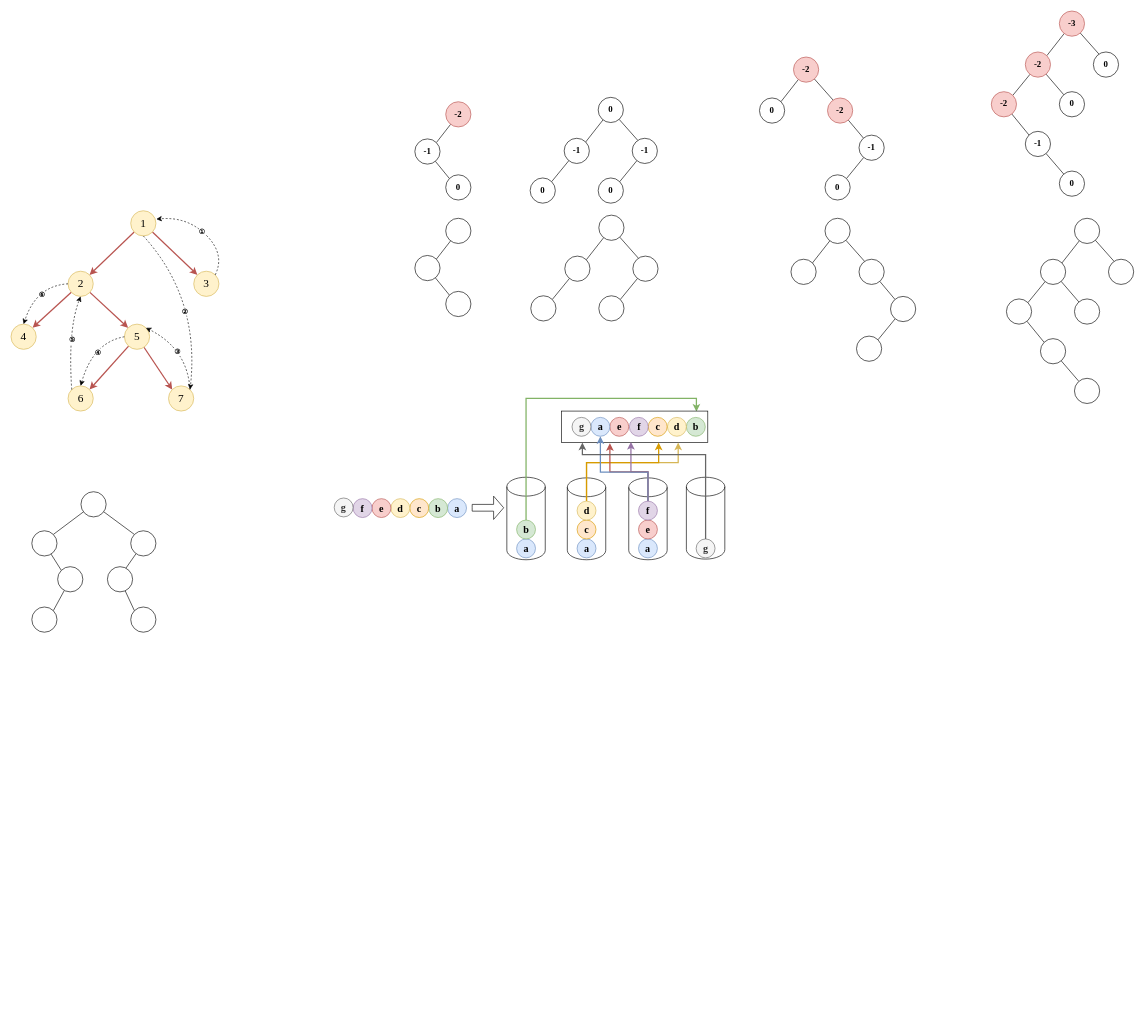
Earlier version of the draw.io diagram 408真题.drawio (GPlaying/brain_map). Source tidied: cells renumbered, new cells numbered last; positions are measured from the earlier drawing's top-left corner, leaving out a move shared by most shapes. Both pictures are drawn from the tidied source at 63%, with x=0, y=0 at pixel (11, 11).
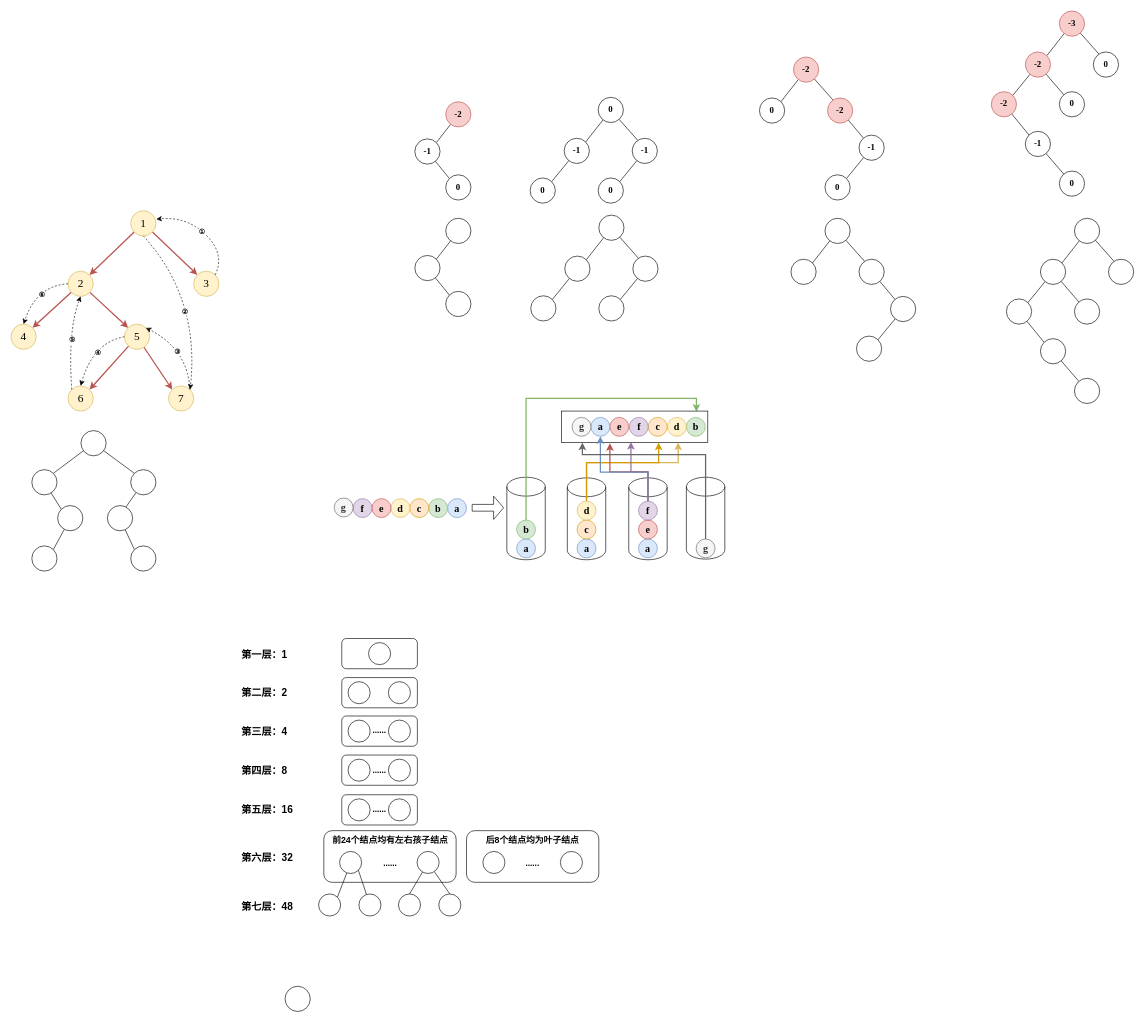
The same page after the edit.

Diff of the diagram source:
```diff
@@
+    <mxCell id="148" value="&lt;b&gt;&lt;font style=&quot;font-size: 14px;&quot; face=&quot;宋体&quot;&gt;后8个结点均为叶子结点&lt;/font&gt;&lt;/b&gt;" style="rounded=1;whiteSpace=wrap;html=1;fontFamily=Helvetica;fontSize=11;fontColor=default;arcSize=16;verticalAlign=top;" parent="1" vertex="1">
+      <mxGeometry x="723" y="1301" width="210" height="82" as="geometry" />
+    </mxCell>
+    <mxCell id="149" value="&lt;b&gt;&lt;font style=&quot;font-size: 14px;&quot; face=&quot;宋体&quot;&gt;前24个结点均有左右孩子结点&lt;/font&gt;&lt;/b&gt;" style="rounded=1;whiteSpace=wrap;html=1;fontFamily=Helvetica;fontSize=11;fontColor=default;arcSize=16;verticalAlign=top;" parent="1" vertex="1">
+      <mxGeometry x="496.5" y="1301" width="210" height="82" as="geometry" />
+    </mxCell>
@@
     <mxCell id="101" style="ellipse;whiteSpace=wrap;html=1;" parent="1" vertex="1">
-      <mxGeometry x="111" y="763" width="40" height="40" as="geometry" />
+      <mxGeometry x="111" y="666" width="40" height="40" as="geometry" />
     </mxCell>
@@
     <mxCell id="103" style="ellipse;whiteSpace=wrap;html=1;" parent="1" vertex="1">
-      <mxGeometry x="33" y="825" width="40" height="40" as="geometry" />
+      <mxGeometry x="33" y="728" width="40" height="40" as="geometry" />
     </mxCell>
@@
     <mxCell id="105" style="ellipse;whiteSpace=wrap;html=1;" parent="1" vertex="1">
-      <mxGeometry x="74" y="882" width="40" height="40" as="geometry" />
+      <mxGeometry x="74" y="785" width="40" height="40" as="geometry" />
     </mxCell>
     <mxCell id="106" style="ellipse;whiteSpace=wrap;html=1;" parent="1" vertex="1">
-      <mxGeometry x="33" y="946" width="40" height="40" as="geometry" />
+      <mxGeometry x="33" y="849" width="40" height="40" as="geometry" />
     </mxCell>
@@
     <mxCell id="108" style="ellipse;whiteSpace=wrap;html=1;" parent="1" vertex="1">
-      <mxGeometry x="190" y="825" width="40" height="40" as="geometry" />
+      <mxGeometry x="190" y="728" width="40" height="40" as="geometry" />
     </mxCell>
@@
     <mxCell id="110" style="ellipse;whiteSpace=wrap;html=1;" parent="1" vertex="1">
-      <mxGeometry x="153" y="882" width="40" height="40" as="geometry" />
+      <mxGeometry x="153" y="785" width="40" height="40" as="geometry" />
     </mxCell>
     <mxCell id="111" style="ellipse;whiteSpace=wrap;html=1;" parent="1" vertex="1">
-      <mxGeometry x="190" y="946" width="40" height="40" as="geometry" />
+      <mxGeometry x="190" y="849" width="40" height="40" as="geometry" />
     </mxCell>
@@
+    <mxCell id="150" style="rounded=1;whiteSpace=wrap;html=1;fontFamily=Helvetica;fontSize=11;fontColor=default;" parent="1" vertex="1">
+      <mxGeometry x="525" y="996" width="120" height="48" as="geometry" />
+    </mxCell>
+    <mxCell id="151" style="ellipse;whiteSpace=wrap;html=1;fontFamily=Helvetica;fontSize=11;fontColor=default;" parent="1" vertex="1">
+      <mxGeometry x="567.5" y="1002.5" width="35" height="35" as="geometry" />
+    </mxCell>
+    <mxCell id="152" value="&lt;b&gt;&lt;font style=&quot;font-size: 16px;&quot; face=&quot;宋体&quot;&gt;第一层：1&lt;/font&gt;&lt;/b&gt;" style="text;html=1;strokeColor=none;fillColor=none;align=left;verticalAlign=middle;whiteSpace=wrap;rounded=0;fontSize=11;fontFamily=Helvetica;fontColor=default;" parent="1" vertex="1">
+      <mxGeometry x="364" y="1005.5" width="96" height="32" as="geometry" />
+    </mxCell>
+    <mxCell id="153" style="rounded=1;whiteSpace=wrap;html=1;fontFamily=Helvetica;fontSize=11;fontColor=default;" parent="1" vertex="1">
+      <mxGeometry x="525" y="1058" width="120" height="48" as="geometry" />
+    </mxCell>
+    <mxCell id="154" style="ellipse;whiteSpace=wrap;html=1;fontFamily=Helvetica;fontSize=11;fontColor=default;" parent="1" vertex="1">
+      <mxGeometry x="535" y="1064.5" width="35" height="35" as="geometry" />
+    </mxCell>
+    <mxCell id="155" value="&lt;b&gt;&lt;font style=&quot;font-size: 16px;&quot; face=&quot;宋体&quot;&gt;第二层：2&lt;/font&gt;&lt;/b&gt;" style="text;html=1;strokeColor=none;fillColor=none;align=left;verticalAlign=middle;whiteSpace=wrap;rounded=0;fontSize=11;fontFamily=Helvetica;fontColor=default;" parent="1" vertex="1">
+      <mxGeometry x="364" y="1066" width="96" height="32" as="geometry" />
+    </mxCell>
+    <mxCell id="156" style="ellipse;whiteSpace=wrap;html=1;fontFamily=Helvetica;fontSize=11;fontColor=default;" parent="1" vertex="1">
+      <mxGeometry x="599" y="1064.5" width="35" height="35" as="geometry" />
+    </mxCell>
+    <mxCell id="157" style="rounded=1;whiteSpace=wrap;html=1;fontFamily=Helvetica;fontSize=11;fontColor=default;" parent="1" vertex="1">
+      <mxGeometry x="525" y="1119" width="120" height="48" as="geometry" />
+    </mxCell>
+    <mxCell id="158" style="ellipse;whiteSpace=wrap;html=1;fontFamily=Helvetica;fontSize=11;fontColor=default;" parent="1" vertex="1">
+      <mxGeometry x="535" y="1125.5" width="35" height="35" as="geometry" />
+    </mxCell>
+    <mxCell id="159" value="&lt;b&gt;&lt;font style=&quot;font-size: 16px;&quot; face=&quot;宋体&quot;&gt;第三层：4&lt;/font&gt;&lt;/b&gt;" style="text;html=1;strokeColor=none;fillColor=none;align=left;verticalAlign=middle;whiteSpace=wrap;rounded=0;fontSize=11;fontFamily=Helvetica;fontColor=default;" parent="1" vertex="1">
+      <mxGeometry x="364" y="1127" width="96" height="32" as="geometry" />
+    </mxCell>
+    <mxCell id="160" style="rounded=1;whiteSpace=wrap;html=1;fontFamily=Helvetica;fontSize=11;fontColor=default;" parent="1" vertex="1">
+      <mxGeometry x="525" y="1181" width="120" height="48" as="geometry" />
+    </mxCell>
+    <mxCell id="161" style="ellipse;whiteSpace=wrap;html=1;fontFamily=Helvetica;fontSize=11;fontColor=default;" parent="1" vertex="1">
+      <mxGeometry x="535" y="1187.5" width="35" height="35" as="geometry" />
+    </mxCell>
+    <mxCell id="162" value="&lt;b&gt;&lt;font style=&quot;font-size: 16px;&quot; face=&quot;宋体&quot;&gt;第四层：8&lt;/font&gt;&lt;/b&gt;" style="text;html=1;strokeColor=none;fillColor=none;align=left;verticalAlign=middle;whiteSpace=wrap;rounded=0;fontSize=11;fontFamily=Helvetica;fontColor=default;" parent="1" vertex="1">
+      <mxGeometry x="364" y="1189" width="96" height="32" as="geometry" />
+    </mxCell>
+    <mxCell id="163" style="ellipse;whiteSpace=wrap;html=1;fontFamily=Helvetica;fontSize=11;fontColor=default;" parent="1" vertex="1">
+      <mxGeometry x="599" y="1187.5" width="35" height="35" as="geometry" />
+    </mxCell>
+    <mxCell id="164" style="ellipse;whiteSpace=wrap;html=1;fontFamily=Helvetica;fontSize=11;fontColor=default;" parent="1" vertex="1">
+      <mxGeometry x="599" y="1125.5" width="35" height="35" as="geometry" />
+    </mxCell>
+    <mxCell id="165" value="&lt;b&gt;&lt;font style=&quot;font-size: 13px;&quot;&gt;......&lt;/font&gt;&lt;/b&gt;" style="text;html=1;strokeColor=none;fillColor=none;align=center;verticalAlign=middle;whiteSpace=wrap;rounded=0;fontSize=11;fontFamily=Helvetica;fontColor=default;" parent="1" vertex="1">
+      <mxGeometry x="555" y="1127" width="60" height="30" as="geometry" />
+    </mxCell>
+    <mxCell id="166" value="&lt;b&gt;&lt;font style=&quot;font-size: 13px;&quot;&gt;......&lt;/font&gt;&lt;/b&gt;" style="text;html=1;strokeColor=none;fillColor=none;align=center;verticalAlign=middle;whiteSpace=wrap;rounded=0;fontSize=11;fontFamily=Helvetica;fontColor=default;" parent="1" vertex="1">
+      <mxGeometry x="555" y="1190" width="60" height="30" as="geometry" />
+    </mxCell>
+    <mxCell id="167" style="rounded=1;whiteSpace=wrap;html=1;fontFamily=Helvetica;fontSize=11;fontColor=default;" parent="1" vertex="1">
+      <mxGeometry x="525" y="1244" width="120" height="48" as="geometry" />
+    </mxCell>
+    <mxCell id="168" style="ellipse;whiteSpace=wrap;html=1;fontFamily=Helvetica;fontSize=11;fontColor=default;" parent="1" vertex="1">
+      <mxGeometry x="535" y="1250.5" width="35" height="35" as="geometry" />
+    </mxCell>
+    <mxCell id="169" value="&lt;b&gt;&lt;font style=&quot;font-size: 16px;&quot; face=&quot;宋体&quot;&gt;第五层：16&lt;/font&gt;&lt;/b&gt;" style="text;html=1;strokeColor=none;fillColor=none;align=left;verticalAlign=middle;whiteSpace=wrap;rounded=0;fontSize=11;fontFamily=Helvetica;fontColor=default;" parent="1" vertex="1">
+      <mxGeometry x="364" y="1252" width="96" height="32" as="geometry" />
+    </mxCell>
+    <mxCell id="170" style="edgeStyle=none;shape=connector;rounded=0;jettySize=auto;html=1;entryX=1;entryY=0;entryDx=0;entryDy=0;labelBackgroundColor=default;strokeColor=default;fontFamily=Helvetica;fontSize=11;fontColor=default;endArrow=none;endFill=0;" parent="1" edge="1" source="171" target="179">
+      <mxGeometry relative="1" as="geometry" />
+    </mxCell>
+    <mxCell id="171" style="ellipse;whiteSpace=wrap;html=1;fontFamily=Helvetica;fontSize=11;fontColor=default;" parent="1" vertex="1">
+      <mxGeometry x="521.5" y="1334" width="35" height="35" as="geometry" />
+    </mxCell>
+    <mxCell id="172" value="&lt;b&gt;&lt;font style=&quot;font-size: 16px;&quot; face=&quot;宋体&quot;&gt;第六层：32&lt;/font&gt;&lt;/b&gt;" style="text;html=1;strokeColor=none;fillColor=none;align=left;verticalAlign=middle;whiteSpace=wrap;rounded=0;fontSize=11;fontFamily=Helvetica;fontColor=default;" parent="1" vertex="1">
+      <mxGeometry x="364" y="1328" width="96" height="32" as="geometry" />
+    </mxCell>
+    <mxCell id="173" style="edgeStyle=none;shape=connector;rounded=0;jettySize=auto;html=1;entryX=0.5;entryY=0;entryDx=0;entryDy=0;labelBackgroundColor=default;strokeColor=default;fontFamily=Helvetica;fontSize=11;fontColor=default;endArrow=none;endFill=0;" parent="1" edge="1" source="175" target="182">
+      <mxGeometry relative="1" as="geometry" />
+    </mxCell>
+    <mxCell id="174" style="edgeStyle=none;shape=connector;rounded=0;jettySize=auto;html=1;entryX=0.5;entryY=0;entryDx=0;entryDy=0;labelBackgroundColor=default;strokeColor=default;fontFamily=Helvetica;fontSize=11;fontColor=default;endArrow=none;endFill=0;" parent="1" edge="1" source="175" target="183">
+      <mxGeometry relative="1" as="geometry" />
+    </mxCell>
+    <mxCell id="175" style="ellipse;whiteSpace=wrap;html=1;fontFamily=Helvetica;fontSize=11;fontColor=default;" parent="1" vertex="1">
+      <mxGeometry x="644.5" y="1334" width="35" height="35" as="geometry" />
+    </mxCell>
+    <mxCell id="176" style="ellipse;whiteSpace=wrap;html=1;fontFamily=Helvetica;fontSize=11;fontColor=default;" parent="1" vertex="1">
+      <mxGeometry x="599" y="1250.5" width="35" height="35" as="geometry" />
+    </mxCell>
+    <mxCell id="177" value="&lt;b&gt;&lt;font style=&quot;font-size: 13px;&quot;&gt;......&lt;/font&gt;&lt;/b&gt;" style="text;html=1;strokeColor=none;fillColor=none;align=center;verticalAlign=middle;whiteSpace=wrap;rounded=0;fontSize=11;fontFamily=Helvetica;fontColor=default;" parent="1" vertex="1">
+      <mxGeometry x="555" y="1252" width="60" height="30" as="geometry" />
+    </mxCell>
+    <mxCell id="178" value="&lt;b&gt;&lt;font style=&quot;font-size: 13px;&quot;&gt;......&lt;/font&gt;&lt;/b&gt;" style="text;html=1;strokeColor=none;fillColor=none;align=center;verticalAlign=middle;whiteSpace=wrap;rounded=0;fontSize=11;fontFamily=Helvetica;fontColor=default;" parent="1" vertex="1">
+      <mxGeometry x="571.5" y="1336.5" width="60" height="30" as="geometry" />
+    </mxCell>
+    <mxCell id="179" style="ellipse;whiteSpace=wrap;html=1;fontFamily=Helvetica;fontSize=11;fontColor=default;" parent="1" vertex="1">
+      <mxGeometry x="488.2" y="1401.5" width="35" height="35" as="geometry" />
+    </mxCell>
+    <mxCell id="180" style="edgeStyle=none;shape=connector;rounded=0;jettySize=auto;html=1;entryX=1;entryY=1;entryDx=0;entryDy=0;labelBackgroundColor=default;strokeColor=default;fontFamily=Helvetica;fontSize=11;fontColor=default;endArrow=none;endFill=0;" parent="1" edge="1" source="181" target="171">
+      <mxGeometry relative="1" as="geometry" />
+    </mxCell>
+    <mxCell id="181" style="ellipse;whiteSpace=wrap;html=1;fontFamily=Helvetica;fontSize=11;fontColor=default;" parent="1" vertex="1">
+      <mxGeometry x="552.2" y="1401.5" width="35" height="35" as="geometry" />
+    </mxCell>
+    <mxCell id="182" style="ellipse;whiteSpace=wrap;html=1;fontFamily=Helvetica;fontSize=11;fontColor=default;" parent="1" vertex="1">
+      <mxGeometry x="615" y="1401.5" width="35" height="35" as="geometry" />
+    </mxCell>
+    <mxCell id="183" style="ellipse;whiteSpace=wrap;html=1;fontFamily=Helvetica;fontSize=11;fontColor=default;" parent="1" vertex="1">
+      <mxGeometry x="679" y="1401.5" width="35" height="35" as="geometry" />
+    </mxCell>
+    <mxCell id="184" style="ellipse;whiteSpace=wrap;html=1;fontFamily=Helvetica;fontSize=11;fontColor=default;" parent="1" vertex="1">
+      <mxGeometry x="749" y="1334" width="35" height="35" as="geometry" />
+    </mxCell>
+    <mxCell id="185" style="ellipse;whiteSpace=wrap;html=1;fontFamily=Helvetica;fontSize=11;fontColor=default;" parent="1" vertex="1">
+      <mxGeometry x="872" y="1334" width="35" height="35" as="geometry" />
+    </mxCell>
+    <mxCell id="186" value="&lt;b&gt;&lt;font style=&quot;font-size: 13px;&quot;&gt;......&lt;/font&gt;&lt;/b&gt;" style="text;html=1;strokeColor=none;fillColor=none;align=center;verticalAlign=middle;whiteSpace=wrap;rounded=0;fontSize=11;fontFamily=Helvetica;fontColor=default;" parent="1" vertex="1">
+      <mxGeometry x="798" y="1336.5" width="60" height="30" as="geometry" />
+    </mxCell>
+    <mxCell id="187" value="&lt;b&gt;&lt;font style=&quot;font-size: 16px;&quot; face=&quot;宋体&quot;&gt;第七层：48&lt;/font&gt;&lt;/b&gt;" style="text;html=1;strokeColor=none;fillColor=none;align=left;verticalAlign=middle;whiteSpace=wrap;rounded=0;fontSize=11;fontFamily=Helvetica;fontColor=default;" parent="1" vertex="1">
+      <mxGeometry x="364" y="1404.5" width="96" height="32" as="geometry" />
+    </mxCell>
+    <mxCell id="188" style="ellipse;whiteSpace=wrap;html=1;fontFamily=Helvetica;fontSize=11;fontColor=default;" parent="1" vertex="1">
+      <mxGeometry x="435" y="1548" width="40" height="40" as="geometry" />
+    </mxCell>
```
